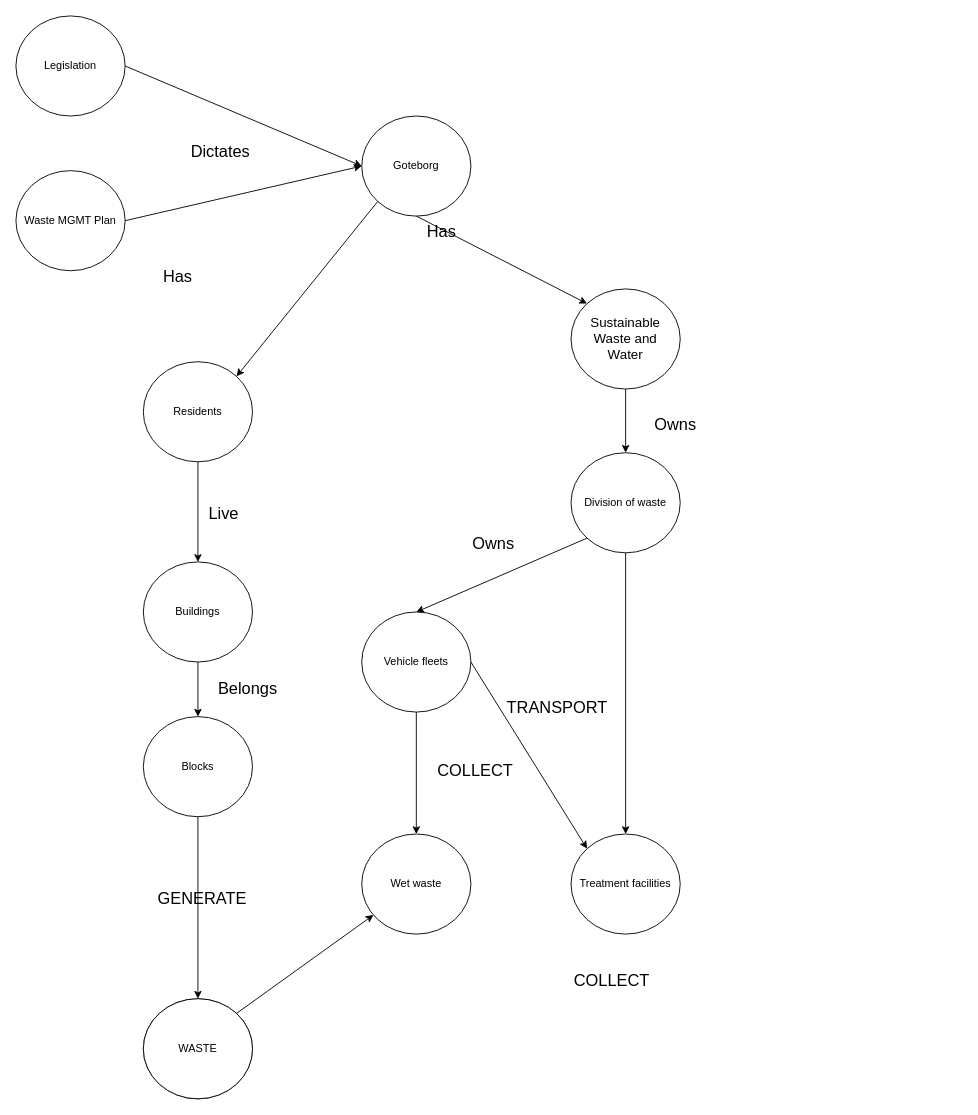
Before: CaseStudies/01_SWM_Gote/Bubbles_GO.drawio in Urban-JonathanCohen/GeneralWasteDataModel, a draw.io diagram. Source tidied: cells renumbered, new cells numbered last; positions are measured from the earlier drawing's top-left corner, leaving out a move shared by most shapes. Both pictures are drawn from the tidied source at 91%, with x=0, y=0 at pixel (15, 15).
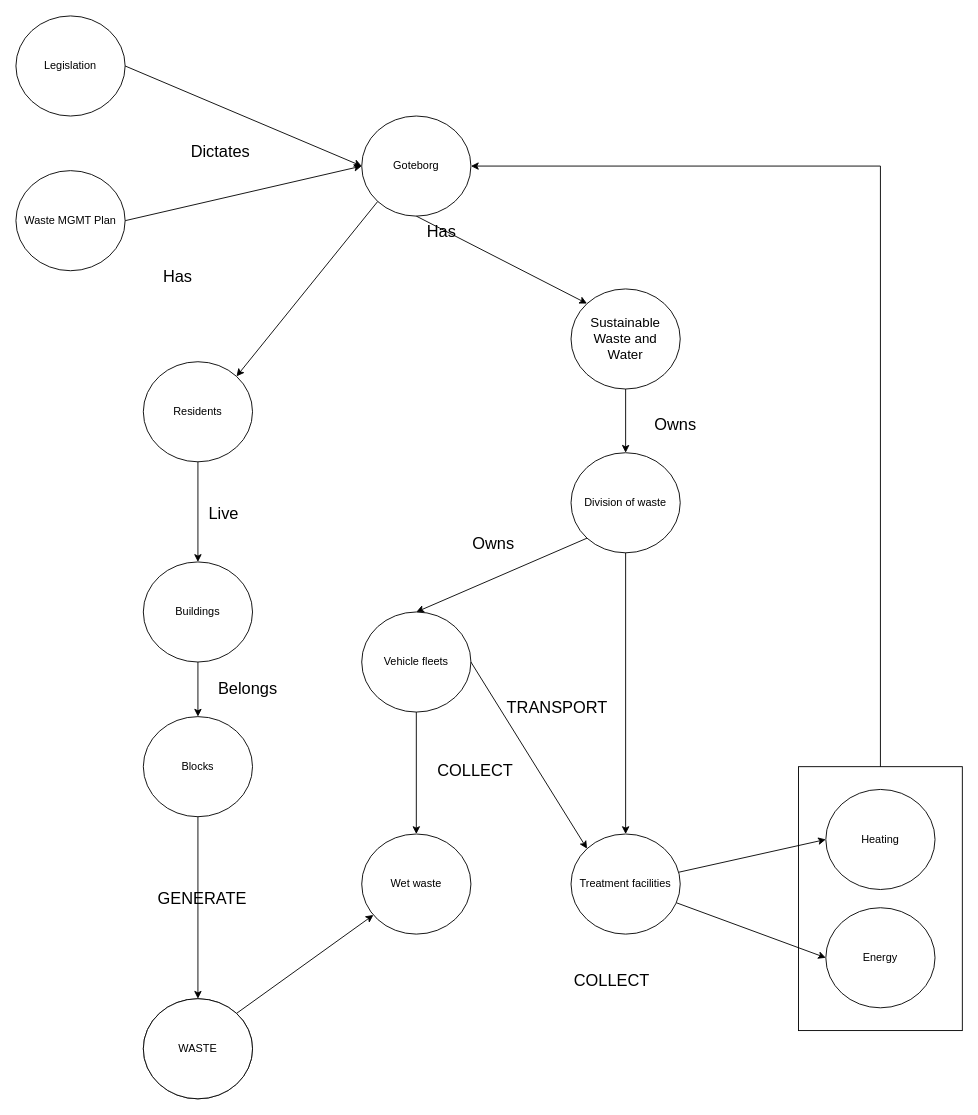
The same diagram, later.

Unchanged cells that the change refers to:
```xml
<mxCell id="2" value="Goteborg" style="ellipse;whiteSpace=wrap;html=1;" parent="1" vertex="1">
  <mxGeometry x="380" y="110" width="120" height="110" as="geometry" />
</mxCell>
<mxCell id="35" value="Treatment facilities" style="ellipse;whiteSpace=wrap;html=1;" parent="1" vertex="1">
  <mxGeometry x="610" y="899" width="120" height="110" as="geometry" />
</mxCell>
```

Change to the diagram source:
```diff
@@
+    <mxCell id="39" style="rounded=0;jettySize=auto;html=1;entryX=0;entryY=0.5;entryDx=0;entryDy=0;" parent="1" edge="1" source="35" target="42">
+      <mxGeometry relative="1" as="geometry" />
+    </mxCell>
+    <mxCell id="40" style="edgeStyle=none;rounded=0;jettySize=auto;html=1;entryX=0;entryY=0.5;entryDx=0;entryDy=0;" parent="1" edge="1" source="35" target="41">
+      <mxGeometry relative="1" as="geometry" />
+    </mxCell>
@@
+    <mxCell id="41" value="Energy" style="ellipse;whiteSpace=wrap;html=1;" parent="1" vertex="1">
+      <mxGeometry x="890" y="980" width="120" height="110" as="geometry" />
+    </mxCell>
+    <mxCell id="42" value="Heating" style="ellipse;whiteSpace=wrap;html=1;" parent="1" vertex="1">
+      <mxGeometry x="890" y="850" width="120" height="110" as="geometry" />
+    </mxCell>
+    <mxCell id="43" style="edgeStyle=orthogonalEdgeStyle;rounded=0;jettySize=auto;html=1;entryX=1;entryY=0.5;entryDx=0;entryDy=0;" parent="1" edge="1" source="44" target="2">
+      <mxGeometry relative="1" as="geometry">
+        <Array as="points">
+          <mxPoint x="950" y="165" />
+        </Array>
+      </mxGeometry>
+    </mxCell>
+    <mxCell id="44" style="rounded=0;whiteSpace=wrap;html=1;fillColor=none;" parent="1" vertex="1">
+      <mxGeometry x="860" y="825" width="180" height="290" as="geometry" />
+    </mxCell>
```
